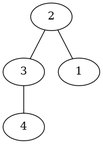
Above: output_graphviz/Graphe.gv.png in Sarah-OA/ensae-prog23 (Graphviz), before the change. Its source is kept beside it as output_graphviz/Graphe.gv. Its diagram source:
```dot
graph Graphe {
	2 -- 3
	3 -- 4
	2 -- 1
}
```
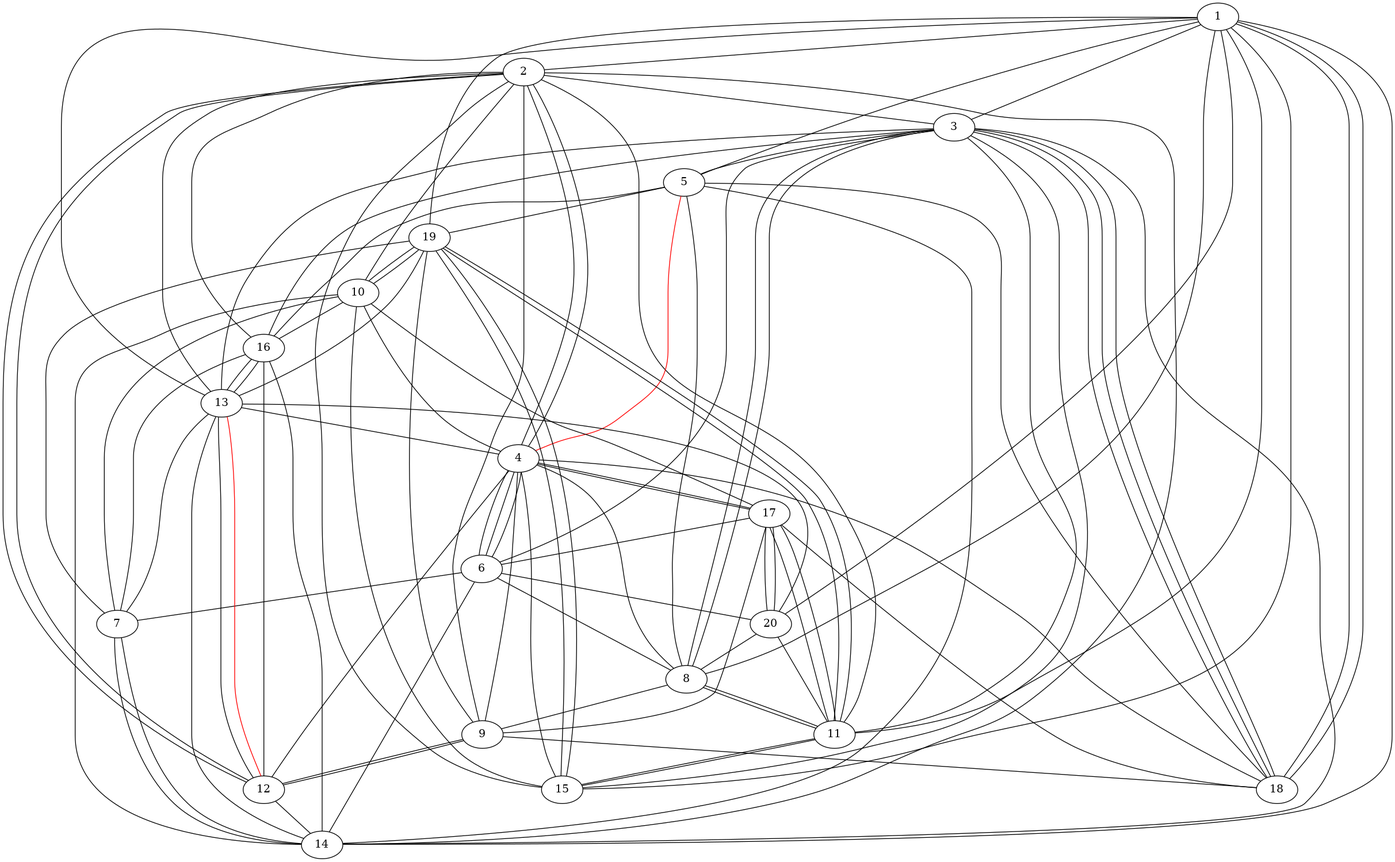
After the commit.

What changed in the source:
```diff
@@ -1,5 +1,124 @@
 graph Graphe {
+	1
+	2
+	3
+	4
+	5
+	6
+	7
+	8
+	9
+	10
+	11
+	12
+	13
+	14
+	15
+	16
+	17
+	18
+	19
+	20
+	1 -- 2
 	2 -- 3
-	3 -- 4
-	2 -- 1
+	2 -- 4
+	3 -- 5
+	3 -- 6
+	6 -- 7
+	6 -- 8
+	8 -- 9
+	7 -- 10
+	8 -- 11
+	2 -- 12
+	3 -- 13
+	13 -- 14
+	11 -- 15
+	10 -- 16
+	4 -- 17
+	9 -- 18
+	1 -- 19
+	11 -- 20
+	1 -- 13
+	12 -- 14
+	19 -- 13
+	12 -- 9
+	5 -- 1
+	14 -- 5
+	4 -- 17
+	6 -- 20
+	5 -- 19
+	15 -- 3
+	14 -- 3
+	1 -- 3
+	20 -- 8
+	11 -- 1
+	2 -- 13
+	15 -- 4
+	11 -- 8
+	9 -- 19
+	18 -- 1
+	17 -- 20
+	14 -- 1
+	6 -- 4
+	3 -- 16
+	12 -- 16
+	17 -- 18
+	17 -- 20
+	6 -- 14
+	15 -- 2
+	13 -- 4
+	6 -- 4
+	4 -- 10
+	17 -- 11
+	16 -- 13
+	9 -- 4
+	3 -- 18
+	7 -- 14
+	15 -- 1
+	19 -- 11
+	1 -- 20
+	19 -- 11
+	10 -- 14
+	13 -- 7
+	10 -- 15
+	16 -- 13
+	3 -- 18
+	11 -- 15
+	17 -- 9
+	1 -- 8
+	17 -- 10
+	9 -- 12
+	17 -- 6
+	10 -- 19
+	2 -- 16
+	12 -- 4
+	8 -- 4
+	2 -- 11
+	2 -- 4
+	12 -- 13
+	8 -- 5
+	12 -- 2
+	7 -- 19
+	7 -- 14
+	15 -- 19
+	1 -- 18
+	3 -- 8
+	2 -- 9
+	2 -- 14
+	4 -- 6
+	17 -- 11
+	15 -- 19
+	3 -- 8
+	10 -- 2
+	19 -- 10
+	7 -- 16
+	5 -- 18
+	3 -- 18
+	5 -- 16
+	3 -- 11
+	14 -- 16
+	18 -- 4
+	13 -- 20
+	4 -- 5 [color=red]
+	12 -- 13 [color=red]
 }
```
